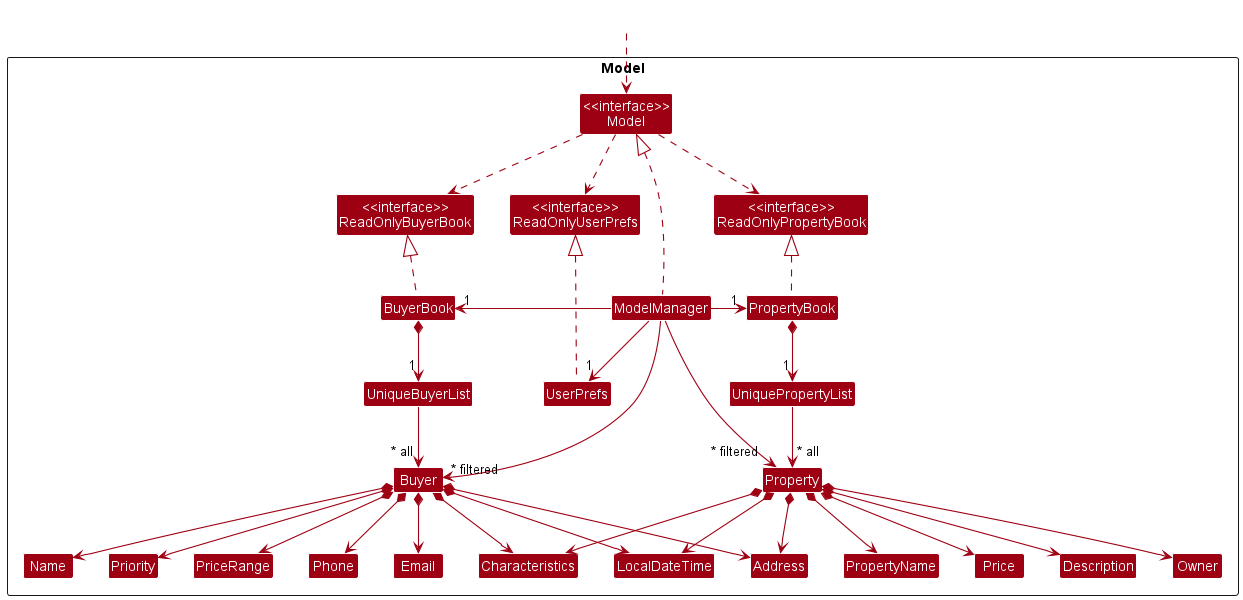
Above: docs/images/ModelClassDiagram.png in nus-cs2103-AY2223S1/tp (PlantUML), before the change. Source of this version:
```plantuml
@startuml
!include style.puml
skinparam arrowThickness 1.1
skinparam arrowColor MODEL_COLOR
skinparam classBackgroundColor MODEL_COLOR

Package Model <<Rectangle>>{
Class "<<interface>>\nReadOnlyBuyerBook" as ReadOnlyBuyerBook
Class "<<interface>>\nReadOnlyUserPrefs" as ReadOnlyUserPrefs
Class "<<interface>>\nReadOnlyPropertyBook" as ReadOnlyPropertyBook
Class "<<interface>>\nModel" as Model
Class BuyerBook
Class PropertyBook
Class ModelManager
Class UserPrefs

Class UniqueBuyerList
Class UniquePropertyList

Class Buyer
Class Address
Class Email
Class Name
Class Phone
Class PriceRange
Class Characteristics
Class Priority

Class LocalDateTime
Class Property
Class PropertyName
Class Price
Class Description
Class Owner
}

Class HiddenOutside #FFFFFF
HiddenOutside ..> Model

BuyerBook .up.|> ReadOnlyBuyerBook
PropertyBook .up.|> ReadOnlyPropertyBook

ModelManager .up.|> Model
Model .down.> ReadOnlyUserPrefs
Model .down.> ReadOnlyBuyerBook
Model .down.> ReadOnlyPropertyBook
ModelManager -left-> "1" BuyerBook
ModelManager -down-> "1" UserPrefs
ModelManager -right-> "1" PropertyBook
UserPrefs .up.|> ReadOnlyUserPrefs

BuyerBook *--> "1" UniqueBuyerList
PropertyBook *--> "1" UniquePropertyList
UniqueBuyerList --> "~* all" Buyer
Buyer *--> Name
Buyer *--> Phone
Buyer *--> Priority
Buyer *--> Email
Buyer *--> PriceRange
Buyer *--> Address
Buyer *--> Characteristics
Buyer *--> LocalDateTime
UniquePropertyList --> "~* all" Property
Property *--> Address
Property *--> Characteristics
Property *--> LocalDateTime
Property *--> PropertyName
Property *--> Description
Property *--> Price
Property *--> Owner

ModelManager -[hidden]up-> ReadOnlyPropertyBook
Name -[hidden]left-> Phone
Phone -[hidden]right-> Address
Address -[hidden]left-> PriceRange

ModelManager -->"~* filtered" Buyer
ModelManager -->"~* filtered" Property
@enduml
```
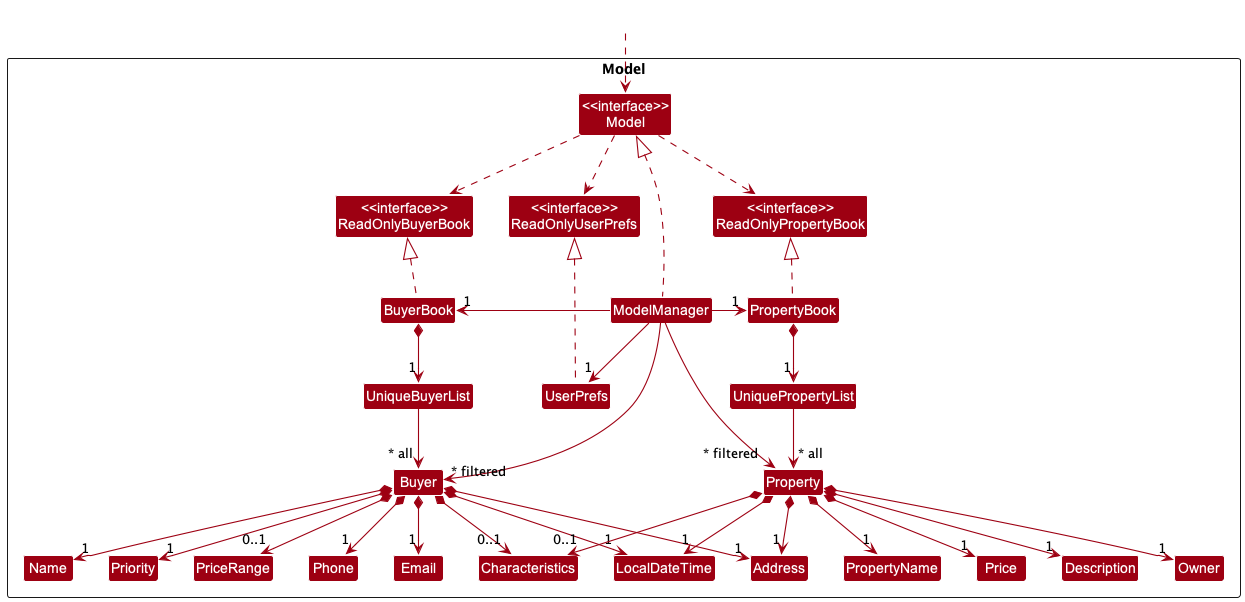
The same diagram one commit later.

The edit, as a diff of the source:
```diff
@@ -52,22 +52,22 @@
 BuyerBook *--> "1" UniqueBuyerList
 PropertyBook *--> "1" UniquePropertyList
 UniqueBuyerList --> "~* all" Buyer
-Buyer *--> Name
-Buyer *--> Phone
-Buyer *--> Priority
-Buyer *--> Email
-Buyer *--> PriceRange
-Buyer *--> Address
-Buyer *--> Characteristics
-Buyer *--> LocalDateTime
+Buyer *--> "1" Name
+Buyer *--> "1" Phone
+Buyer *--> "1" Priority
+Buyer *--> "1" Email
+Buyer *--> "0..1" PriceRange
+Buyer *--> "1" Address
+Buyer *--> "0..1" Characteristics
+Buyer *--> "1" LocalDateTime
 UniquePropertyList --> "~* all" Property
-Property *--> Address
-Property *--> Characteristics
-Property *--> LocalDateTime
-Property *--> PropertyName
-Property *--> Description
-Property *--> Price
-Property *--> Owner
+Property *--> "1" Address
+Property *--> "0..1" Characteristics
+Property *--> "1" LocalDateTime
+Property *--> "1" PropertyName
+Property *--> "1" Description
+Property *--> "1" Price
+Property *--> "1" Owner
 
 ModelManager -[hidden]up-> ReadOnlyPropertyBook
 Name -[hidden]left-> Phone
```
